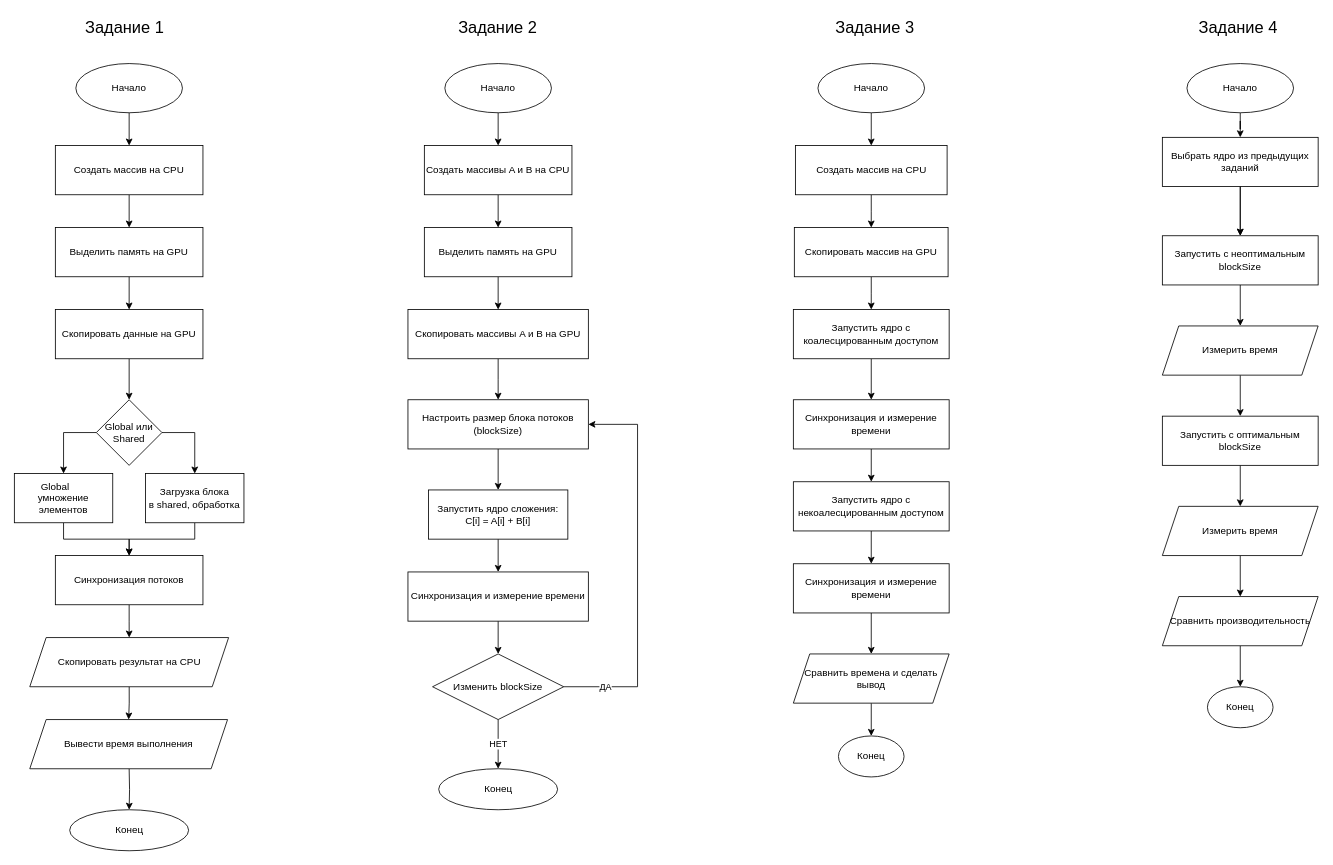
Before: Assignment3.drawio in zbssva/Assignment3, a draw.io diagram. Source tidied: cells renumbered, new cells numbered last; positions are measured from the earlier drawing's top-left corner, leaving out a move shared by most shapes. Both pictures are drawn from the tidied source at 82%, with x=0, y=0 at pixel (14, 14).
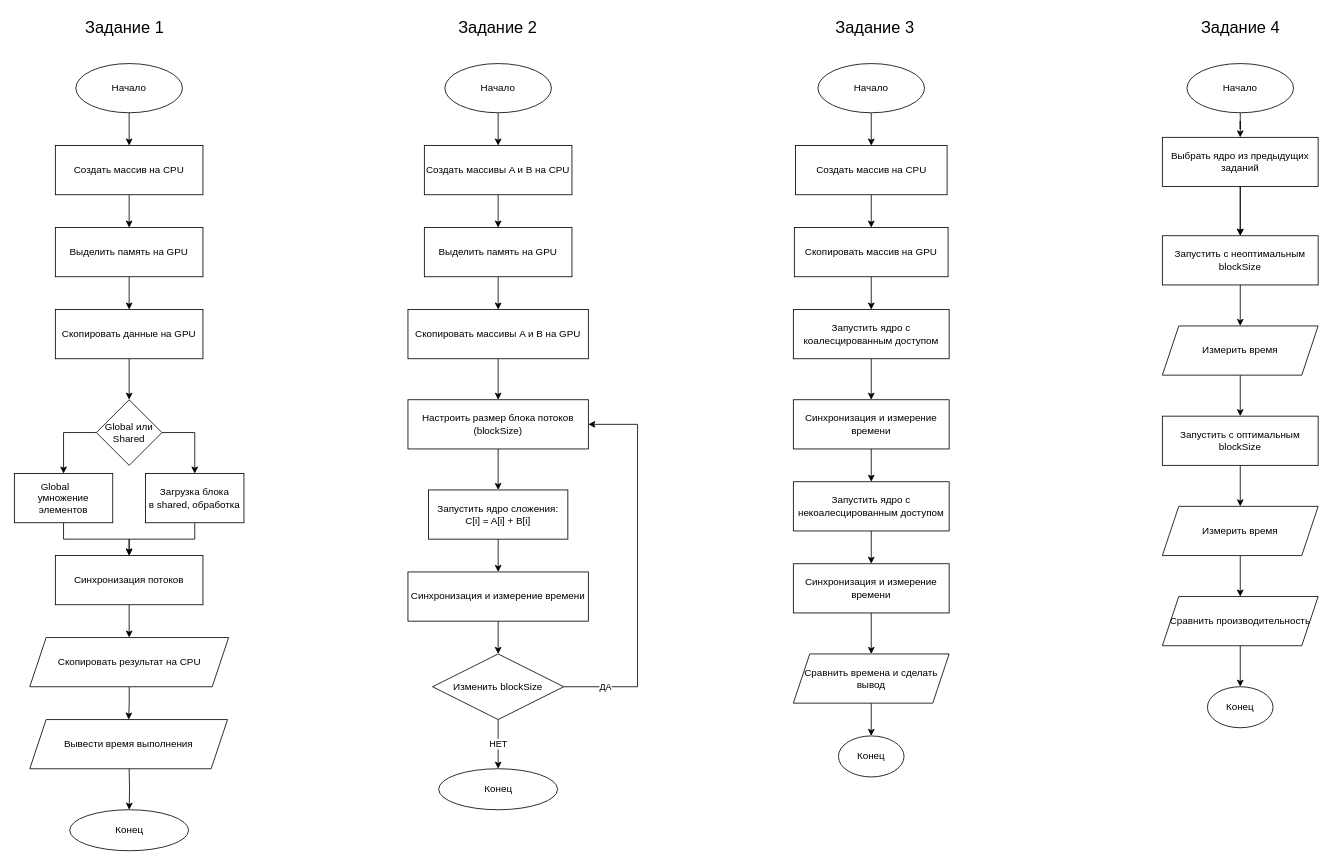
The same diagram, later.

Change to the diagram source:
```diff
@@
-    <mxCell id="79" value="&lt;font style=&quot;font-size: 20px;&quot;&gt;Задание 4&amp;nbsp;&lt;/font&gt;" style="text;html=1;whiteSpace=wrap;strokeColor=none;fillColor=none;align=center;verticalAlign=middle;rounded=0;" parent="1" vertex="1">
+    <mxCell id="79" value="&lt;font style=&quot;font-size: 20px;&quot;&gt;Задание 4&lt;/font&gt;" style="text;html=1;whiteSpace=wrap;strokeColor=none;fillColor=none;align=center;verticalAlign=middle;rounded=0;" parent="1" vertex="1">
       <mxGeometry x="1432.5" width="125" height="30" as="geometry" />
     </mxCell>
```
